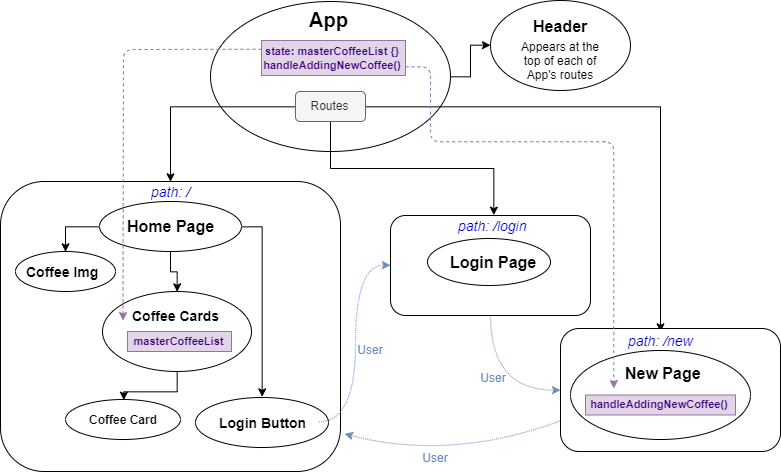
This is JavaHouse-Components.png from jpremmel/react-independent-project, a draw.io export, as it was before one commit. Source tidied: cells renumbered, new cells last; positions are measured from the earlier drawing's top-left corner, leaving out a move shared by most shapes.
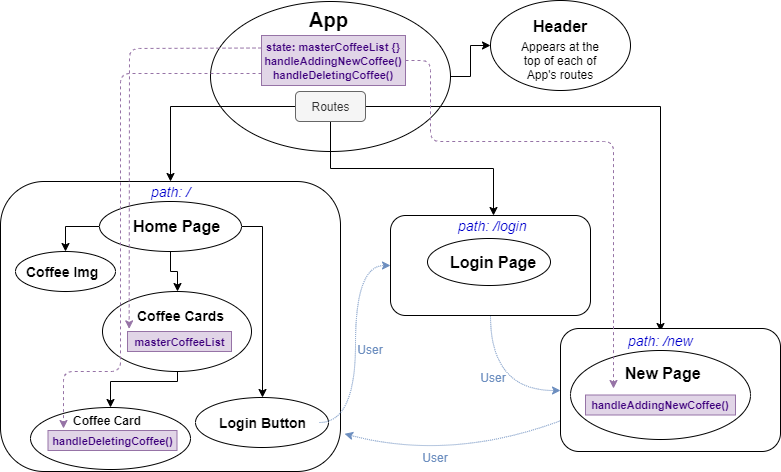
The same diagram one commit later.

Commit message:
Update README diagram to include delete function

Diff of the diagram source:
```diff
@@ -61,13 +61,18 @@
       <mxGeometry x="510" y="40" width="100" height="40" as="geometry" />
     </mxCell>
     <mxCell id="20" style="edgeStyle=orthogonalEdgeStyle;rounded=0;jettySize=auto;html=1;exitX=0.5;exitY=1;exitDx=0;exitDy=0;entryX=0.5;entryY=0;entryDx=0;entryDy=0;fontSize=12;fontColor=#0000CC;" parent="1" edge="1" source="21" target="22">
-      <mxGeometry relative="1" as="geometry" />
+      <mxGeometry relative="1" as="geometry">
+        <Array as="points">
+          <mxPoint x="177" y="381" />
+          <mxPoint x="110" y="381" />
+        </Array>
+      </mxGeometry>
     </mxCell>
     <mxCell id="21" style="ellipse;whiteSpace=wrap;html=1;rounded=1;fontSize=18;fontColor=#0000CC;" parent="1" vertex="1">
       <mxGeometry x="102" y="291" width="149" height="80" as="geometry" />
     </mxCell>
     <mxCell id="22" style="ellipse;whiteSpace=wrap;html=1;rounded=1;fontSize=18;fontColor=#0000CC;" parent="1" vertex="1">
-      <mxGeometry x="65" y="399" width="115" height="40" as="geometry" />
+      <mxGeometry x="30" y="407" width="160" height="62" as="geometry" />
     </mxCell>
     <mxCell id="23" style="ellipse;whiteSpace=wrap;html=1;rounded=1;fontSize=18;fontColor=#0000CC;" parent="1" vertex="1">
       <mxGeometry x="15" y="251" width="100" height="40" as="geometry" />
@@ -94,16 +99,16 @@
       <mxGeometry x="99" y="201" width="142" height="50" as="geometry" />
     </mxCell>
     <mxCell id="31" value="Coffee Card" style="text;strokeColor=none;fillColor=none;html=1;fontSize=12;fontStyle=1;verticalAlign=middle;align=center;rounded=1;" parent="1" vertex="1">
-      <mxGeometry x="81" y="409" width="83" height="20" as="geometry" />
+      <mxGeometry x="65" y="410" width="83" height="20" as="geometry" />
     </mxCell>
     <mxCell id="32" value="Coffee Cards" style="text;strokeColor=none;fillColor=none;html=1;fontSize=14;fontStyle=1;verticalAlign=middle;align=center;rounded=1;" parent="1" vertex="1">
-      <mxGeometry x="122.5" y="305" width="106" height="20" as="geometry" />
+      <mxGeometry x="127" y="305" width="106" height="20" as="geometry" />
     </mxCell>
     <mxCell id="33" value="Coffee Img" style="text;strokeColor=none;fillColor=none;html=1;fontSize=14;fontStyle=1;verticalAlign=middle;align=center;rounded=1;" parent="1" vertex="1">
       <mxGeometry x="20" y="261" width="85" height="20" as="geometry" />
     </mxCell>
     <mxCell id="34" value="Home Page" style="text;strokeColor=none;fillColor=none;html=1;fontSize=16;fontStyle=1;verticalAlign=middle;align=center;rounded=1;" parent="1" vertex="1">
-      <mxGeometry x="120" y="211" width="100" height="28" as="geometry" />
+      <mxGeometry x="126.5" y="211" width="100" height="28" as="geometry" />
     </mxCell>
     <mxCell id="35" style="edgeStyle=orthogonalEdgeStyle;curved=1;jettySize=auto;html=1;exitX=1;exitY=0.5;exitDx=0;exitDy=0;entryX=0;entryY=0.5;entryDx=0;entryDy=0;dashed=1;dashPattern=1 1;fontSize=12;fontColor=#0000CC;fillColor=#dae8fc;strokeColor=#6C8EBF;" parent="1" edge="1" source="36" target="11">
       <mxGeometry relative="1" as="geometry" />
@@ -123,24 +128,33 @@
     <mxCell id="40" value="&lt;font color=&quot;#6c8ebf&quot;&gt;User&lt;/font&gt;" style="text;html=1;strokeColor=none;fillColor=none;align=center;verticalAlign=middle;whiteSpace=wrap;rounded=0;fontSize=12;fontColor=#0000CC;rotation=0;" parent="1" vertex="1">
       <mxGeometry x="472.5" y="367" width="40" height="20" as="geometry" />
     </mxCell>
-    <mxCell id="41" style="edgeStyle=none;rounded=1;jettySize=auto;html=1;exitX=0;exitY=0.25;exitDx=0;exitDy=0;entryX=0;entryY=0.75;entryDx=0;entryDy=0;dashed=1;strokeColor=#9673A6;fontSize=11;fontColor=#3E007D;" parent="1" edge="1" source="43" target="32">
+    <mxCell id="41" style="edgeStyle=none;rounded=1;jettySize=auto;html=1;exitX=0;exitY=0.25;exitDx=0;exitDy=0;entryX=0.016;entryY=-0.133;entryDx=0;entryDy=0;dashed=1;strokeColor=#9673A6;fontSize=11;fontColor=#3E007D;entryPerimeter=0;" parent="1" edge="1" source="43" target="44">
       <mxGeometry relative="1" as="geometry">
         <Array as="points">
-          <mxPoint x="123" y="49" />
+          <mxPoint x="129" y="48" />
         </Array>
       </mxGeometry>
     </mxCell>
-    <mxCell id="42" style="edgeStyle=orthogonalEdgeStyle;rounded=1;jettySize=auto;html=1;exitX=1;exitY=0.75;exitDx=0;exitDy=0;entryX=0.025;entryY=1.044;entryDx=0;entryDy=0;entryPerimeter=0;dashed=1;strokeColor=#9673A6;fontSize=11;fontColor=#3E007D;" parent="1" edge="1" source="43" target="38">
+    <mxCell id="42" style="edgeStyle=orthogonalEdgeStyle;rounded=1;jettySize=auto;html=1;exitX=1;exitY=0.5;exitDx=0;exitDy=0;entryX=0.025;entryY=1.044;entryDx=0;entryDy=0;entryPerimeter=0;dashed=1;strokeColor=#9673A6;fontSize=11;fontColor=#3E007D;" parent="1" edge="1" source="43" target="38">
       <mxGeometry relative="1" as="geometry">
         <Array as="points">
-          <mxPoint x="430" y="66" />
+          <mxPoint x="430" y="60" />
           <mxPoint x="430" y="141" />
           <mxPoint x="613" y="141" />
         </Array>
       </mxGeometry>
     </mxCell>
+    <mxCell id="47" style="edgeStyle=orthogonalEdgeStyle;rounded=1;jettySize=auto;html=1;entryX=0.118;entryY=-0.083;entryDx=0;entryDy=0;entryPerimeter=0;strokeColor=#9673A6;dashed=1;exitX=0;exitY=0.75;exitDx=0;exitDy=0;" parent="1" edge="1" source="43" target="48">
+      <mxGeometry relative="1" as="geometry">
+        <Array as="points">
+          <mxPoint x="120" y="73" />
+          <mxPoint x="120" y="371" />
+          <mxPoint x="63" y="371" />
+        </Array>
+      </mxGeometry>
+    </mxCell>
-    <mxCell id="43" value="&lt;font color=&quot;#3e007d&quot; size=&quot;1&quot;&gt;&lt;b style=&quot;font-size: 11px&quot;&gt;state: masterCoffeeList {}&lt;br&gt;handleAddingNewCoffee()&lt;br&gt;&lt;/b&gt;&lt;/font&gt;" style="text;html=1;strokeColor=#9673a6;fillColor=#e1d5e7;align=center;verticalAlign=middle;whiteSpace=wrap;rounded=0;" parent="1" vertex="1">
-      <mxGeometry x="261" y="40" width="144" height="35" as="geometry" />
+    <mxCell id="43" value="&lt;font color=&quot;#3e007d&quot;&gt;&lt;b style=&quot;font-size: 11px&quot;&gt;state: masterCoffeeList {}&lt;/b&gt;&lt;br&gt;&lt;b style=&quot;font-size: 11px&quot;&gt;handleAddingNewCoffee()&lt;/b&gt;&lt;br&gt;&lt;span style=&quot;font-size: 11px&quot;&gt;&lt;b&gt;handleDeletingCoffee()&lt;/b&gt;&lt;/span&gt;&lt;br&gt;&lt;/font&gt;" style="text;html=1;strokeColor=#9673a6;fillColor=#e1d5e7;align=center;verticalAlign=middle;whiteSpace=wrap;rounded=0;" parent="1" vertex="1">
+      <mxGeometry x="261" y="35" width="144" height="50" as="geometry" />
     </mxCell>
     <mxCell id="44" value="masterCoffeeList" style="text;html=1;strokeColor=#9673a6;fillColor=#e1d5e7;align=center;verticalAlign=middle;whiteSpace=wrap;rounded=0;fontColor=#3E007D;fontStyle=1;fontSize=11;" parent="1" vertex="1">
       <mxGeometry x="127" y="331" width="104" height="20" as="geometry" />
@@ -151,5 +165,8 @@
     <mxCell id="46" value="&lt;font color=&quot;#6c8ebf&quot;&gt;User&lt;/font&gt;" style="text;html=1;strokeColor=none;fillColor=none;align=center;verticalAlign=middle;whiteSpace=wrap;rounded=0;fontSize=12;fontColor=#0000CC;rotation=0;" parent="1" vertex="1">
       <mxGeometry x="415" y="447" width="40" height="20" as="geometry" />
     </mxCell>
+    <mxCell id="48" value="handleDeletingCoffee()" style="text;html=1;strokeColor=#9673a6;fillColor=#e1d5e7;align=center;verticalAlign=middle;whiteSpace=wrap;rounded=0;fontColor=#3E007D;fontStyle=1;fontSize=11;" parent="1" vertex="1">
+      <mxGeometry x="47.5" y="430" width="129" height="20" as="geometry" />
+    </mxCell>
   </root>
 </mxGraphModel>
```
